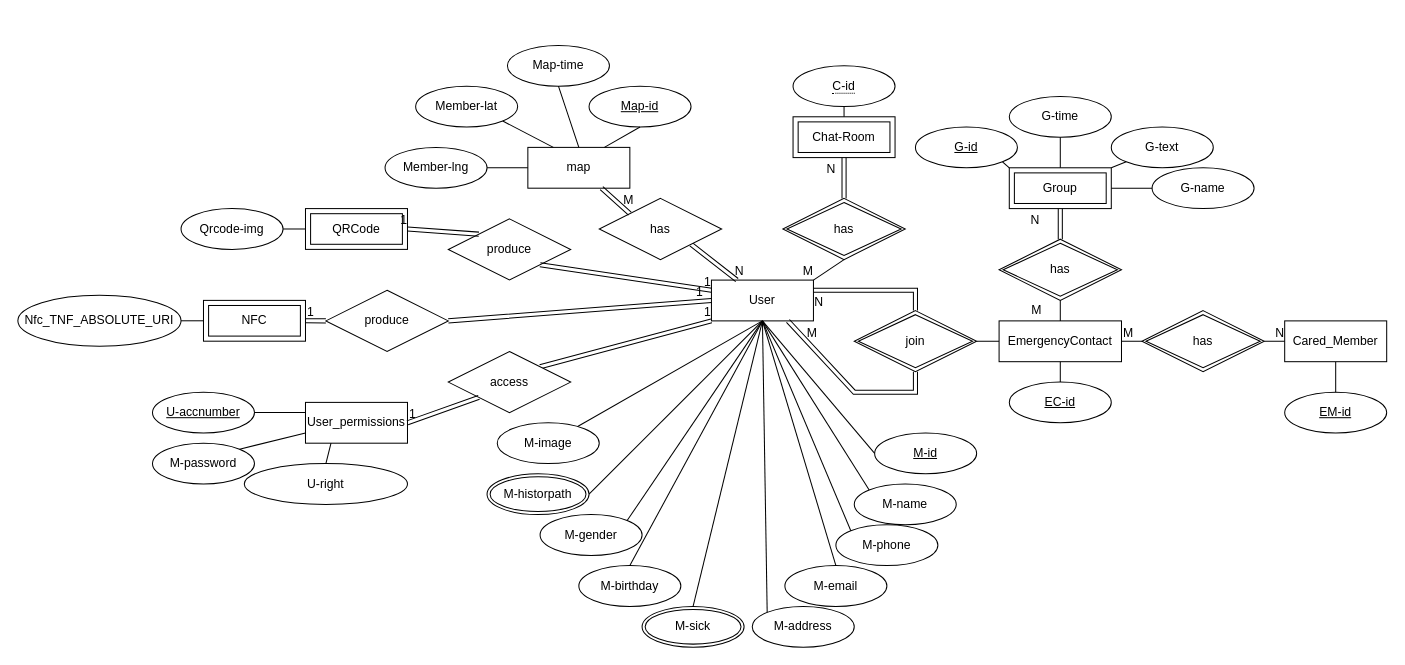
Before: page "ER-Mod" (3 of 6) of Untitled Diagram.drawio in may900620/codepanimg, a draw.io diagram. Source tidied: cells renumbered, new cells numbered last; positions are measured from the earlier drawing's top-left corner, leaving out a move shared by most shapes. Both pictures are drawn from the tidied source at 102%, with x=0, y=0 at pixel (17, 24).
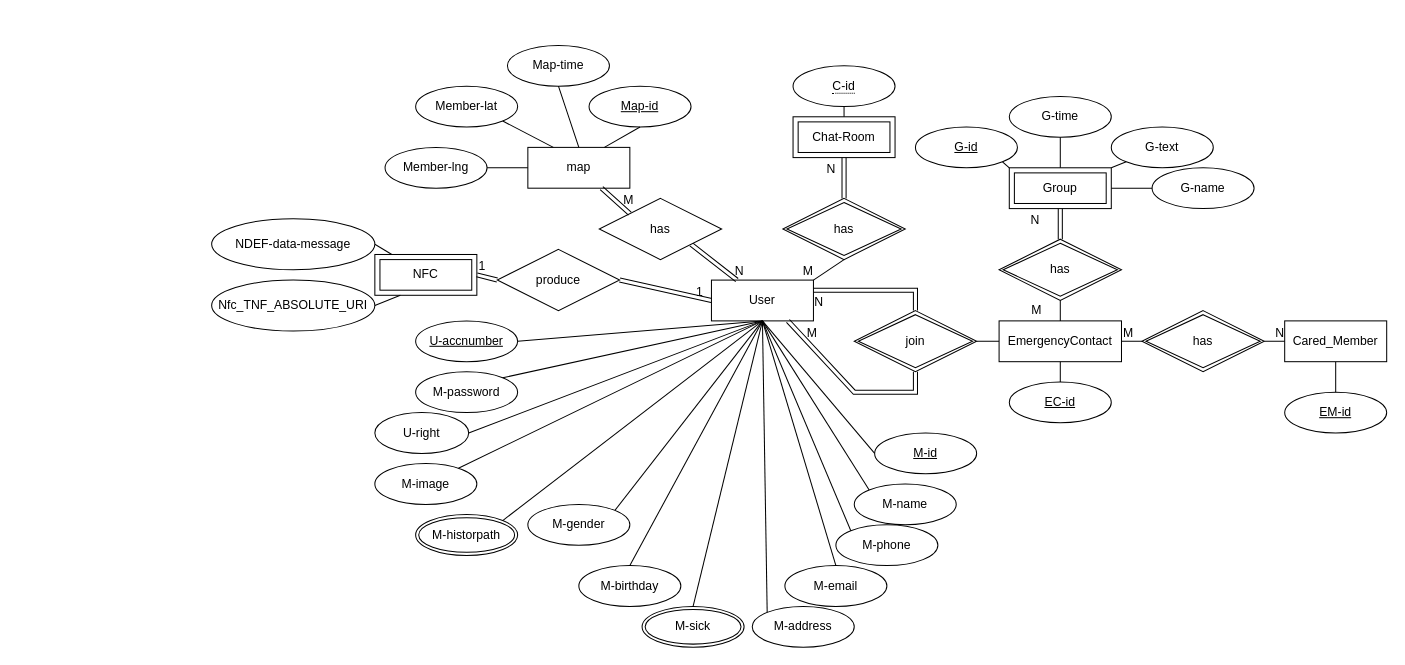
After the change.

The change refers to these unchanged cells:
```xml
<mxCell id="3" value="User" style="whiteSpace=wrap;html=1;align=center;" parent="1" vertex="1">
  <mxGeometry x="680" y="250.1" width="100" height="40" as="geometry" />
</mxCell>
```

What changed in the source:
```diff
@@
     <mxCell id="9" value="M-gender" style="ellipse;whiteSpace=wrap;html=1;align=center;" parent="1" vertex="1">
-      <mxGeometry x="512" y="480" width="100" height="40" as="geometry" />
+      <mxGeometry x="500" y="470" width="100" height="40" as="geometry" />
     </mxCell>
     <mxCell id="10" value="M-image" style="ellipse;whiteSpace=wrap;html=1;align=center;" parent="1" vertex="1">
-      <mxGeometry x="470" y="390" width="100" height="40" as="geometry" />
+      <mxGeometry x="350" y="430" width="100" height="40" as="geometry" />
     </mxCell>
-    <mxCell id="11" style="endArrow=none;html=1;rounded=0;exitX=1;exitY=0.5;exitDx=0;exitDy=0;entryX=0.5;entryY=1;entryDx=0;entryDy=0;" parent="1" edge="1" source="25" target="3">
+    <mxCell id="11" style="endArrow=none;html=1;rounded=0;exitX=1;exitY=0;exitDx=0;exitDy=0;entryX=0.5;entryY=1;entryDx=0;entryDy=0;" parent="1" edge="1" source="25" target="3">
       <mxGeometry relative="1" as="geometry" />
     </mxCell>
@@
     <mxCell id="25" value="M-historpath" style="ellipse;shape=doubleEllipse;margin=3;whiteSpace=wrap;html=1;align=center;gradientColor=none;" parent="1" vertex="1">
-      <mxGeometry x="460" y="440" width="100" height="40" as="geometry" />
+      <mxGeometry x="390" y="480" width="100" height="40" as="geometry" />
     </mxCell>
@@
-    <mxCell id="80" value="QRCode" style="shape=ext;margin=3;double=1;whiteSpace=wrap;html=1;align=center;" parent="1" vertex="1">
-      <mxGeometry x="282" y="180" width="100" height="40" as="geometry" />
-    </mxCell>
+    <mxCell id="108" style="rounded=0;jettySize=auto;html=1;entryX=1;entryY=0.5;entryDx=0;entryDy=0;fontColor=#000000;endArrow=none;endFill=0;" parent="1" edge="1" source="81" target="109">
+      <mxGeometry relative="1" as="geometry" />
+    </mxCell>
     <mxCell id="81" value="NFC" style="shape=ext;margin=3;double=1;whiteSpace=wrap;html=1;align=center;" parent="1" vertex="1">
-      <mxGeometry x="182" y="270" width="100" height="40" as="geometry" />
+      <mxGeometry x="350" y="225" width="100" height="40" as="geometry" />
     </mxCell>
-    <mxCell id="82" value="&lt;div&gt;User_permissions&lt;/div&gt;" style="whiteSpace=wrap;html=1;align=center;" parent="1" vertex="1">
-      <mxGeometry x="282" y="370" width="100" height="40" as="geometry" />
-    </mxCell>
-    <mxCell id="83" style="endArrow=none;html=1;rounded=0;entryX=1;entryY=0.5;entryDx=0;entryDy=0;exitX=0;exitY=0.25;exitDx=0;exitDy=0;" parent="1" edge="1" source="82" target="84">
+    <mxCell id="83" style="endArrow=none;html=1;rounded=0;entryX=1;entryY=0.5;entryDx=0;entryDy=0;exitX=0.5;exitY=1;exitDx=0;exitDy=0;" parent="1" edge="1" source="3" target="84">
       <mxGeometry relative="1" as="geometry" />
     </mxCell>
     <mxCell id="84" value="&lt;u&gt;U-accnumber&lt;/u&gt;" style="ellipse;whiteSpace=wrap;html=1;align=center;" parent="1" vertex="1">
-      <mxGeometry x="132" y="360" width="100" height="40" as="geometry" />
+      <mxGeometry x="390" y="290.1" width="100" height="40" as="geometry" />
     </mxCell>
     <mxCell id="85" value="M-password" style="ellipse;whiteSpace=wrap;html=1;align=center;gradientColor=none;" parent="1" vertex="1">
-      <mxGeometry x="132" y="410" width="100" height="40" as="geometry" />
+      <mxGeometry x="390" y="340" width="100" height="40" as="geometry" />
     </mxCell>
     <mxCell id="86" value="U-right" style="ellipse;whiteSpace=wrap;html=1;align=center;gradientColor=none;" parent="1" vertex="1">
-      <mxGeometry x="222" y="430" width="160" height="40" as="geometry" />
+      <mxGeometry x="350" y="380" width="92" height="40" as="geometry" />
     </mxCell>
-    <mxCell id="87" style="endArrow=none;html=1;rounded=0;entryX=1;entryY=0;entryDx=0;entryDy=0;exitX=0;exitY=0.75;exitDx=0;exitDy=0;" parent="1" edge="1" source="82" target="85">
+    <mxCell id="87" style="endArrow=none;html=1;rounded=0;entryX=1;entryY=0;entryDx=0;entryDy=0;exitX=0.5;exitY=1;exitDx=0;exitDy=0;" parent="1" edge="1" source="3" target="85">
       <mxGeometry relative="1" as="geometry" />
     </mxCell>
-    <mxCell id="88" style="endArrow=none;html=1;rounded=0;entryX=0.5;entryY=0;entryDx=0;entryDy=0;exitX=0.25;exitY=1;exitDx=0;exitDy=0;" parent="1" edge="1" source="82" target="86">
+    <mxCell id="88" style="endArrow=none;html=1;rounded=0;entryX=1;entryY=0.5;entryDx=0;entryDy=0;exitX=0.5;exitY=1;exitDx=0;exitDy=0;" parent="1" edge="1" source="3" target="86">
       <mxGeometry relative="1" as="geometry" />
     </mxCell>
     <mxCell id="89" value="Nfc_TNF_ABSOLUTE_URI" style="ellipse;whiteSpace=wrap;html=1;align=center;" parent="1" vertex="1">
-      <mxGeometry y="265" width="160" height="50" as="geometry" />
+      <mxGeometry x="190" y="250.1" width="160" height="50" as="geometry" />
     </mxCell>
-    <mxCell id="90" style="endArrow=none;html=1;rounded=0;exitX=1;exitY=0.5;exitDx=0;exitDy=0;entryX=0;entryY=0.5;entryDx=0;entryDy=0;" parent="1" edge="1" source="89" target="81">
+    <mxCell id="90" style="endArrow=none;html=1;rounded=0;exitX=1;exitY=0.5;exitDx=0;exitDy=0;entryX=0.25;entryY=1;entryDx=0;entryDy=0;" parent="1" edge="1" source="89" target="81">
       <mxGeometry relative="1" as="geometry" />
     </mxCell>
-    <mxCell id="91" value="Qrcode-img" style="ellipse;whiteSpace=wrap;html=1;align=center;gradientColor=none;" parent="1" vertex="1">
-      <mxGeometry x="160" y="180" width="100" height="40" as="geometry" />
-    </mxCell>
-    <mxCell id="92" style="endArrow=none;html=1;rounded=0;exitX=0;exitY=0.5;exitDx=0;exitDy=0;entryX=1;entryY=0.5;entryDx=0;entryDy=0;" parent="1" edge="1" source="80" target="91">
-      <mxGeometry relative="1" as="geometry" />
-    </mxCell>
-    <mxCell id="93" value="produce" style="shape=rhombus;perimeter=rhombusPerimeter;whiteSpace=wrap;html=1;align=center;" parent="1" vertex="1">
-      <mxGeometry x="422" y="190.1" width="120" height="59.9" as="geometry" />
-    </mxCell>
-    <mxCell id="94" style="endArrow=none;html=1;rounded=0;shape=link;entryX=0;entryY=1;entryDx=0;entryDy=0;exitX=1;exitY=0;exitDx=0;exitDy=0;startArrow=none;" parent="1" edge="1" source="96" target="3">
-      <mxGeometry relative="1" as="geometry" />
-    </mxCell>
-    <mxCell id="95" value="1" style="html=1;align=right;verticalAlign=bottom;" parent="94" vertex="1">
-      <mxGeometry x="1" relative="1" as="geometry" />
-    </mxCell>
-    <mxCell id="96" value="access" style="shape=rhombus;perimeter=rhombusPerimeter;whiteSpace=wrap;html=1;align=center;" parent="1" vertex="1">
-      <mxGeometry x="422" y="320.1" width="120" height="60" as="geometry" />
-    </mxCell>
-    <mxCell id="97" style="endArrow=none;html=1;rounded=0;shape=link;entryX=0;entryY=1;entryDx=0;entryDy=0;exitX=1;exitY=0.5;exitDx=0;exitDy=0;" parent="1" edge="1" source="82" target="96">
-      <mxGeometry relative="1" as="geometry" />
-    </mxCell>
-    <mxCell id="98" value="1" style="html=1;align=left;verticalAlign=bottom;" parent="97" vertex="1">
-      <mxGeometry x="-1" relative="1" as="geometry" />
-    </mxCell>
@@
     <mxCell id="101" value="produce" style="shape=rhombus;perimeter=rhombusPerimeter;whiteSpace=wrap;html=1;align=center;" parent="1" vertex="1">
-      <mxGeometry x="302" y="260.1" width="120" height="60" as="geometry" />
+      <mxGeometry x="470" y="220" width="120" height="60" as="geometry" />
     </mxCell>
@@
-    <mxCell id="104" style="endArrow=none;html=1;rounded=0;shape=link;exitX=1;exitY=1;exitDx=0;exitDy=0;entryX=0;entryY=0.25;entryDx=0;entryDy=0;" parent="1" edge="1" source="93" target="3">
-      <mxGeometry relative="1" as="geometry" />
-    </mxCell>
-    <mxCell id="105" value="1" style="html=1;align=right;verticalAlign=bottom;" parent="104" vertex="1">
-      <mxGeometry x="1" relative="1" as="geometry" />
-    </mxCell>
-    <mxCell id="106" style="endArrow=none;html=1;rounded=0;shape=link;exitX=0;exitY=0;exitDx=0;exitDy=0;entryX=1;entryY=0.5;entryDx=0;entryDy=0;" parent="1" edge="1" source="93" target="80">
-      <mxGeometry relative="1" as="geometry" />
-    </mxCell>
-    <mxCell id="107" value="1" style="html=1;align=right;verticalAlign=bottom;" parent="106" vertex="1">
-      <mxGeometry x="1" relative="1" as="geometry" />
-    </mxCell>
+    <mxCell id="109" value="NDEF-data-message" style="ellipse;whiteSpace=wrap;html=1;align=center;" parent="1" vertex="1">
+      <mxGeometry x="190" y="190" width="160" height="50" as="geometry" />
+    </mxCell>
```
